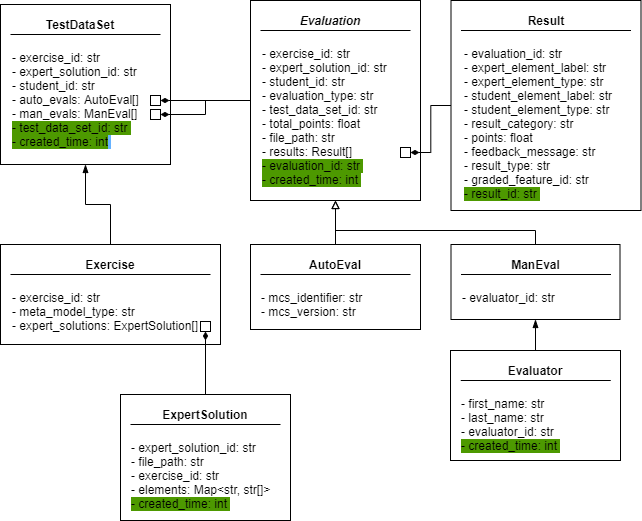
Before: doc/images/graphics/EntitiesBackend.png, a diagram exported from draw.io (PDT42/bachelor-quality-testing-inloom). Source tidied: cells renumbered, new cells last; positions are measured from the earlier drawing's top-left corner, leaving out a move shared by most shapes.
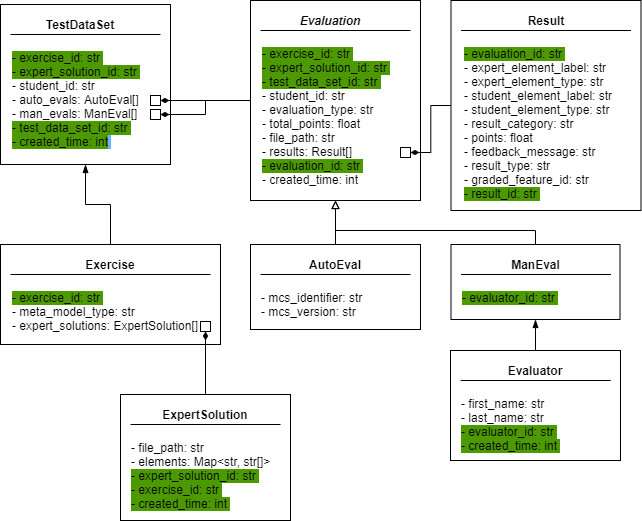
After the change.

Change to the diagram source:
```diff
@@ -13,7 +13,7 @@
         <mxPoint x="10" y="34" as="sourcePoint" />
       </mxGeometry>
     </mxCell>
-    <mxCell id="5" value="- exercise_id: str&lt;br&gt;- expert_solution_id: str&lt;br&gt;- student_id: str&lt;br&gt;- auto_evals: AutoEval[]&lt;br&gt;- man_evals: ManEval[]&lt;br&gt;&lt;span style=&quot;background-color: rgb(77 , 153 , 0)&quot;&gt;- test_data_set_id: str&amp;nbsp;&lt;br&gt;- created_time: int&lt;/span&gt;&lt;span style=&quot;background-color: rgb(102 , 178 , 255)&quot;&gt;&amp;nbsp;&lt;/span&gt;" style="text;html=1;strokeColor=none;fillColor=none;align=left;verticalAlign=top;whiteSpace=wrap;rounded=0;" parent="1" vertex="1">
+    <mxCell id="5" value="&lt;span style=&quot;background-color: rgb(77 , 153 , 0)&quot;&gt;- exercise_id: str&amp;nbsp;&lt;/span&gt;&lt;br&gt;&lt;span style=&quot;background-color: rgb(77 , 153 , 0)&quot;&gt;- expert_solution_id: str&amp;nbsp;&lt;/span&gt;&lt;br&gt;- student_id: str&lt;br&gt;- auto_evals: AutoEval[]&lt;br&gt;- man_evals: ManEval[]&lt;br&gt;&lt;span style=&quot;background-color: rgb(77 , 153 , 0)&quot;&gt;- test_data_set_id: str&amp;nbsp;&lt;br&gt;- created_time: int&lt;/span&gt;&lt;span style=&quot;background-color: rgb(102 , 178 , 255)&quot;&gt;&amp;nbsp;&lt;/span&gt;" style="text;html=1;strokeColor=none;fillColor=none;align=left;verticalAlign=top;whiteSpace=wrap;rounded=0;" parent="1" vertex="1">
       <mxGeometry x="10" y="44" width="150" height="120" as="geometry" />
     </mxCell>
     <mxCell id="6" style="rounded=0;whiteSpace=wrap;html=1;" parent="1" vertex="1">
@@ -34,7 +34,7 @@
     <mxCell id="11" style="endArrow=none;html=1;entryX=1;entryY=1;entryDx=0;entryDy=0;exitX=0;exitY=1;exitDx=0;exitDy=0;" parent="1" edge="1" source="10" target="10">
       <mxGeometry relative="1" as="geometry" />
     </mxCell>
-    <mxCell id="12" value="- exercise_id: str&lt;br&gt;- meta_model_type: str&lt;br&gt;- expert_solutions: ExpertSolution[]" style="text;html=1;strokeColor=none;fillColor=none;align=left;verticalAlign=top;whiteSpace=wrap;rounded=0;dashed=1;" parent="1" vertex="1">
+    <mxCell id="12" value="&lt;span style=&quot;background-color: rgb(77 , 153 , 0)&quot;&gt;- exercise_id: str&amp;nbsp;&lt;/span&gt;&lt;br&gt;- meta_model_type: str&lt;br&gt;- expert_solutions: ExpertSolution[]" style="text;html=1;strokeColor=none;fillColor=none;align=left;verticalAlign=top;whiteSpace=wrap;rounded=0;dashed=1;" parent="1" vertex="1">
       <mxGeometry x="10" y="284" width="200" height="60" as="geometry" />
     </mxCell>
     <mxCell id="13" style="edgeStyle=orthogonalEdgeStyle;rounded=0;jettySize=auto;html=1;entryX=0.5;entryY=1;entryDx=0;entryDy=0;endArrow=blockThin;endFill=1;" parent="1" edge="1" source="14" target="31">
@@ -51,7 +51,7 @@
         <mxPoint x="460.2" y="380" as="sourcePoint" />
       </mxGeometry>
     </mxCell>
-    <mxCell id="17" value="&lt;span style=&quot;font-weight: normal&quot;&gt;- first_name: str&lt;br&gt;- last_name: str&lt;br&gt;- evaluator_id: str&lt;br&gt;&lt;span style=&quot;background-color: rgb(77 , 153 , 0)&quot;&gt;- created_time: int&amp;nbsp;&lt;/span&gt;&lt;/span&gt;" style="text;html=1;strokeColor=none;fillColor=none;align=left;verticalAlign=top;whiteSpace=wrap;rounded=0;dashed=1;fontStyle=1;" parent="1" vertex="1">
+    <mxCell id="17" value="&lt;span style=&quot;font-weight: normal&quot;&gt;- first_name: str&lt;br&gt;- last_name: str&lt;br&gt;&lt;span style=&quot;background-color: rgb(77 , 153 , 0)&quot;&gt;- evaluator_id: str&amp;nbsp;&lt;/span&gt;&lt;br&gt;&lt;span style=&quot;background-color: rgb(77 , 153 , 0)&quot;&gt;- created_time: int&amp;nbsp;&lt;/span&gt;&lt;/span&gt;" style="text;html=1;strokeColor=none;fillColor=none;align=left;verticalAlign=top;whiteSpace=wrap;rounded=0;dashed=1;fontStyle=1;" parent="1" vertex="1">
       <mxGeometry x="459.2" y="390" width="150" height="70" as="geometry" />
     </mxCell>
     <mxCell id="18" style="edgeStyle=orthogonalEdgeStyle;rounded=0;jettySize=auto;html=1;entryX=1;entryY=0.5;entryDx=0;entryDy=0;endArrow=diamondThin;endFill=1;" parent="1" edge="1" source="20" target="6">
@@ -71,7 +71,7 @@
         <mxPoint x="260" y="30" as="sourcePoint" />
       </mxGeometry>
     </mxCell>
-    <mxCell id="23" value="- exercise_id: str&lt;br&gt;- expert_solution_id: str&lt;br&gt;- student_id: str&lt;br&gt;- evaluation_type: str&lt;br&gt;- test_data_set_id: str&lt;br&gt;- total_points: float&lt;br&gt;- file_path: str&lt;br&gt;- results: Result[]&lt;br&gt;&lt;span style=&quot;background-color: rgb(77 , 153 , 0)&quot;&gt;- evaluation_id: str&amp;nbsp;&lt;br&gt;- created_time: int&amp;nbsp;&lt;/span&gt;" style="text;html=1;strokeColor=none;fillColor=none;align=left;verticalAlign=top;whiteSpace=wrap;rounded=0;" parent="1" vertex="1">
+    <mxCell id="23" value="&lt;span style=&quot;background-color: rgb(77 , 153 , 0)&quot;&gt;- exercise_id: str&amp;nbsp;&lt;/span&gt;&lt;br&gt;&lt;span style=&quot;background-color: rgb(77 , 153 , 0)&quot;&gt;- expert_solution_id: str&amp;nbsp;&lt;br&gt;&lt;/span&gt;&lt;span style=&quot;background-color: rgb(77 , 153 , 0)&quot;&gt;- test_data_set_id: str&amp;nbsp;&lt;/span&gt;&lt;br&gt;- student_id: str&lt;br&gt;- evaluation_type: str&lt;br&gt;- total_points: float&lt;br&gt;- file_path: str&lt;br&gt;- results: Result[]&lt;br&gt;&lt;span style=&quot;background-color: rgb(77 , 153 , 0)&quot;&gt;- evaluation_id: str&amp;nbsp;&lt;/span&gt;&lt;br&gt;&lt;span style=&quot;background-color: rgb(255 , 255 , 255)&quot;&gt;- created_time: int&amp;nbsp;&lt;/span&gt;" style="text;html=1;strokeColor=none;fillColor=none;align=left;verticalAlign=top;whiteSpace=wrap;rounded=0;" parent="1" vertex="1">
       <mxGeometry x="260" y="40" width="150" height="150" as="geometry" />
     </mxCell>
     <mxCell id="24" style="rounded=0;whiteSpace=wrap;html=1;" parent="1" vertex="1">
@@ -113,7 +113,7 @@
         <mxPoint x="460.5" y="274" as="sourcePoint" />
       </mxGeometry>
     </mxCell>
-    <mxCell id="34" value="- evaluator_id: str" style="text;html=1;strokeColor=none;fillColor=none;align=left;verticalAlign=top;whiteSpace=wrap;rounded=0;dashed=1;" parent="1" vertex="1">
+    <mxCell id="34" value="&lt;span style=&quot;background-color: rgb(77 , 153 , 0)&quot;&gt;- evaluator_id: str&amp;nbsp;&lt;/span&gt;" style="text;html=1;strokeColor=none;fillColor=none;align=left;verticalAlign=top;whiteSpace=wrap;rounded=0;dashed=1;" parent="1" vertex="1">
       <mxGeometry x="459.5" y="284" width="150" height="25" as="geometry" />
     </mxCell>
     <mxCell id="35" style="edgeStyle=orthogonalEdgeStyle;rounded=0;jettySize=auto;html=1;exitX=0;exitY=0.5;exitDx=0;exitDy=0;entryX=1;entryY=0.5;entryDx=0;entryDy=0;endArrow=diamondThin;endFill=1;" parent="1" edge="1" source="36" target="24">
@@ -130,7 +130,7 @@
         <mxPoint x="460.5" y="30" as="sourcePoint" />
       </mxGeometry>
     </mxCell>
-    <mxCell id="39" value="- evaluation_id: str&lt;br&gt;- expert_element_label: str&lt;br&gt;- expert_element_type: str&lt;br&gt;- student_element_label: str&lt;br&gt;- student_element_type: str&lt;br&gt;- result_category: str&lt;br&gt;- points: float&lt;br&gt;- feedback_message: str&lt;br&gt;- result_type: str&lt;br&gt;- graded_feature_id: str&lt;br&gt;&lt;span style=&quot;background-color: rgb(77 , 153 , 0)&quot;&gt;- result_id: str&amp;nbsp;&lt;/span&gt;" style="text;html=1;strokeColor=none;fillColor=none;align=left;verticalAlign=top;whiteSpace=wrap;rounded=0;" parent="1" vertex="1">
+    <mxCell id="39" value="&lt;span style=&quot;background-color: rgb(77 , 153 , 0)&quot;&gt;- evaluation_id: str&amp;nbsp;&lt;/span&gt;&lt;br&gt;- expert_element_label: str&lt;br&gt;- expert_element_type: str&lt;br&gt;- student_element_label: str&lt;br&gt;- student_element_type: str&lt;br&gt;- result_category: str&lt;br&gt;- points: float&lt;br&gt;- feedback_message: str&lt;br&gt;- result_type: str&lt;br&gt;- graded_feature_id: str&lt;br&gt;&lt;span style=&quot;background-color: rgb(77 , 153 , 0)&quot;&gt;- result_id: str&amp;nbsp;&lt;/span&gt;" style="text;html=1;strokeColor=none;fillColor=none;align=left;verticalAlign=top;whiteSpace=wrap;rounded=0;" parent="1" vertex="1">
       <mxGeometry x="461.5" y="40" width="169" height="170" as="geometry" />
     </mxCell>
     <mxCell id="40" style="rounded=0;whiteSpace=wrap;html=1;" parent="1" vertex="1">
@@ -148,7 +148,7 @@
         <mxPoint x="280" y="424" as="targetPoint" />
       </mxGeometry>
     </mxCell>
-    <mxCell id="44" value="- expert_solution_id: str&lt;br&gt;- file_path: str&lt;br&gt;- exercise_id: str&lt;br&gt;- elements: Map&amp;lt;str, str[]&amp;gt;&lt;br&gt;&lt;span style=&quot;background-color: rgb(77 , 153 , 0)&quot;&gt;- created_time: int&amp;nbsp;&lt;/span&gt;" style="text;html=1;strokeColor=none;fillColor=none;align=left;verticalAlign=top;whiteSpace=wrap;rounded=0;dashed=1;" parent="1" vertex="1">
+    <mxCell id="44" value="- file_path: str&lt;br&gt;- elements: Map&amp;lt;str, str[]&amp;gt;&lt;br&gt;&lt;span style=&quot;background-color: rgb(77 , 153 , 0)&quot;&gt;- expert_solution_id: str&amp;nbsp;&lt;br&gt;&lt;/span&gt;&lt;span style=&quot;background-color: rgb(77 , 153 , 0)&quot;&gt;- exercise_id: str&amp;nbsp;&lt;/span&gt;&lt;br&gt;&lt;span style=&quot;background-color: rgb(77 , 153 , 0)&quot;&gt;- created_time: int&amp;nbsp;&lt;/span&gt;" style="text;html=1;strokeColor=none;fillColor=none;align=left;verticalAlign=top;whiteSpace=wrap;rounded=0;dashed=1;" parent="1" vertex="1">
       <mxGeometry x="129" y="434" width="150" height="86" as="geometry" />
     </mxCell>
     <mxCell id="45" value="&lt;b&gt;ExpertSolution&lt;/b&gt;" style="text;html=1;strokeColor=none;fillColor=none;align=center;verticalAlign=middle;whiteSpace=wrap;rounded=0;" parent="1" vertex="1">
```
